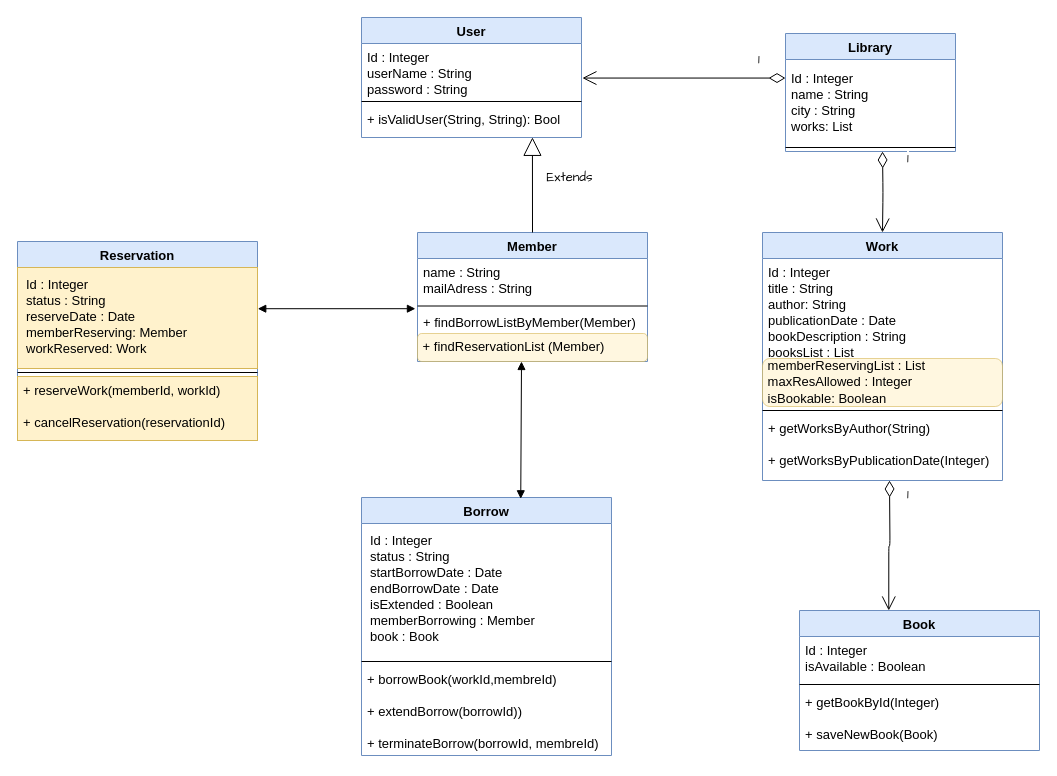
This is page "ClassDiagram" (2 of 2) of Untitled Diagram.drawio from Ketut38/p6-Bibliot_V2, a draw.io file, before an edit. Source tidied: cells renumbered, new cells numbered last; positions are measured from the earlier drawing's top-left corner, leaving out a move shared by most shapes. Both pictures are drawn from the tidied source at 100%, with x=0, y=0 at pixel (17, 17).
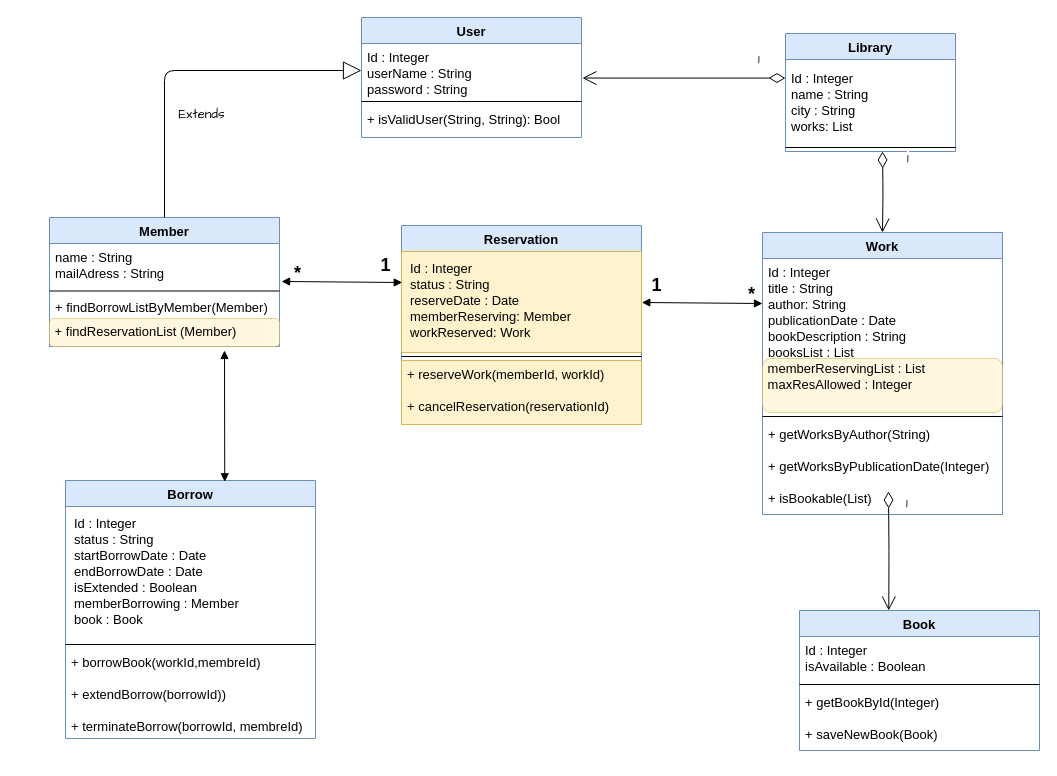
After the change.

The change refers to these unchanged cells:
```xml
<mxCell id="3" value="name : String&#10;mailAdress : String&#10;" style="text;strokeColor=none;fillColor=none;align=left;verticalAlign=top;spacingLeft=4;spacingRight=4;overflow=hidden;points=[[0,0.5],[1,0.5]];portConstraint=eastwest;fontStyle=0;fontSize=13;" parent="2" vertex="1">
  <mxGeometry y="26" width="230" height="45" as="geometry" />
</mxCell>
<mxCell id="5" value="+ findBorrowListByMember(Member)&#10;&#10;&#10;&#10;" style="text;strokeColor=none;fillColor=none;align=left;verticalAlign=top;spacingLeft=4;spacingRight=4;overflow=hidden;points=[[0,0.5],[1,0.5]];portConstraint=eastwest;fontStyle=0;fontSize=13;" parent="2" vertex="1">
  <mxGeometry y="76" width="230" height="25" as="geometry" />
</mxCell>
<mxCell id="8" value="Id : Integer&#10;userName : String&#10;password : String" style="text;strokeColor=none;fillColor=none;align=left;verticalAlign=top;spacingLeft=4;spacingRight=4;overflow=hidden;points=[[0,0.5],[1,0.5]];portConstraint=eastwest;fontStyle=0;fontSize=13;" parent="7" vertex="1">
  <mxGeometry y="26" width="220" height="54" as="geometry" />
</mxCell>
<mxCell id="10" value="+ isValidUser(String, String): Bool" style="text;strokeColor=none;fillColor=none;align=left;verticalAlign=top;spacingLeft=4;spacingRight=4;overflow=hidden;points=[[0,0.5],[1,0.5]];portConstraint=eastwest;fontStyle=0;fontSize=13;" parent="7" vertex="1">
  <mxGeometry y="88" width="220" height="32" as="geometry" />
</mxCell>
<mxCell id="19" value="Book" style="swimlane;fontStyle=1;align=center;verticalAlign=top;horizontal=1;startSize=26;fontSize=13;fillColor=#dae8fc;strokeColor=#6c8ebf;" parent="1" vertex="1">
  <mxGeometry x="782" y="593" width="240" height="140" as="geometry" />
</mxCell>
<mxCell id="28" value="Id : Integer&#10;status : String&#10;reserveDate : Date&#10;memberReserving: Member&#10;workReserved: Work&#10;&#10;" style="text;strokeColor=#d6b656;fillColor=#fff2cc;align=left;verticalAlign=top;spacingLeft=4;spacingRight=4;overflow=hidden;points=[[0,0.5],[1,0.5]];portConstraint=eastwest;fontStyle=0;fontSize=13;spacingTop=0;spacing=5;" parent="27" vertex="1">
  <mxGeometry y="26" width="240" height="101" as="geometry" />
</mxCell>
```

What changed in the source:
```diff
@@
     <mxCell id="2" value="Member" style="swimlane;fontStyle=1;align=center;verticalAlign=top;horizontal=1;startSize=26;fontSize=13;fillColor=#dae8fc;strokeColor=#6c8ebf;" parent="1" vertex="1">
-      <mxGeometry x="400" y="215" width="230" height="129" as="geometry" />
+      <mxGeometry x="32" y="200" width="230" height="129" as="geometry" />
     </mxCell>
@@
     <mxCell id="14" value="Work" style="swimlane;fontStyle=1;align=center;verticalAlign=top;horizontal=1;startSize=26;fontSize=13;fillColor=#dae8fc;strokeColor=#6c8ebf;" parent="1" vertex="1">
-      <mxGeometry x="745" y="215" width="240" height="248" as="geometry" />
+      <mxGeometry x="745" y="215" width="240" height="282" as="geometry" />
     </mxCell>
@@
-    <mxCell id="16" value="&lt;span style=&quot;font-family: &amp;#34;helvetica&amp;#34; ; white-space: nowrap&quot;&gt;&amp;nbsp;memberReservingList : List&lt;br&gt;&lt;/span&gt;&lt;span style=&quot;font-family: &amp;#34;helvetica&amp;#34; ; white-space: nowrap&quot;&gt;&amp;nbsp;maxResAllowed : Integer&lt;br&gt;&lt;/span&gt;&lt;span style=&quot;font-family: &amp;#34;helvetica&amp;#34; ; white-space: nowrap&quot;&gt;&amp;nbsp;isBookable: Boolean&lt;br&gt;&lt;/span&gt;" style="rounded=1;whiteSpace=wrap;html=1;labelBackgroundColor=none;fontFamily=Comic Sans MS;fontSize=13;align=left;strokeColor=#d6b656;fillColor=#fff2cc;opacity=60;" parent="14" vertex="1">
-      <mxGeometry y="126" width="240" height="48" as="geometry" />
+    <mxCell id="16" value="&lt;span style=&quot;font-family: &amp;#34;helvetica&amp;#34; ; white-space: nowrap&quot;&gt;&amp;nbsp;memberReservingList : List&lt;br&gt;&lt;/span&gt;&lt;span style=&quot;font-family: &amp;#34;helvetica&amp;#34; ; white-space: nowrap&quot;&gt;&amp;nbsp;maxResAllowed : Integer&lt;br&gt;&lt;/span&gt;&lt;span style=&quot;white-space: nowrap ; font-family: &amp;#34;helvetica&amp;#34;&quot;&gt;&lt;br&gt;&lt;/span&gt;" style="rounded=1;whiteSpace=wrap;html=1;labelBackgroundColor=none;fontFamily=Comic Sans MS;fontSize=13;align=left;strokeColor=#d6b656;fillColor=#fff2cc;opacity=60;" parent="14" vertex="1">
+      <mxGeometry y="126" width="240" height="54" as="geometry" />
     </mxCell>
     <mxCell id="17" style="line;strokeWidth=1;fillColor=none;align=left;verticalAlign=middle;spacingTop=-1;spacingLeft=3;spacingRight=3;labelPosition=right;" parent="14" vertex="1">
-      <mxGeometry y="174" width="240" height="8" as="geometry" />
+      <mxGeometry y="180" width="240" height="8" as="geometry" />
     </mxCell>
-    <mxCell id="18" value="+ getWorksByAuthor(String)&#10;&#10;+ getWorksByPublicationDate(Integer)&#10;&#10;" style="text;strokeColor=none;fillColor=none;align=left;verticalAlign=top;spacingLeft=4;spacingRight=4;overflow=hidden;fontStyle=0;fontSize=13;" parent="14" vertex="1">
-      <mxGeometry y="182" width="240" height="66" as="geometry" />
+    <mxCell id="18" value="+ getWorksByAuthor(String)&#10;&#10;+ getWorksByPublicationDate(Integer)&#10;&#10;+ isBookable(List)&#10;&#10;&#10;" style="text;strokeColor=none;fillColor=none;align=left;verticalAlign=top;spacingLeft=4;spacingRight=4;overflow=hidden;fontStyle=0;fontSize=13;" parent="14" vertex="1">
+      <mxGeometry y="188" width="240" height="94" as="geometry" />
     </mxCell>
@@
     <mxCell id="23" value="Borrow" style="swimlane;fontStyle=1;align=center;verticalAlign=top;horizontal=1;startSize=26;fontSize=13;fillColor=#dae8fc;strokeColor=#6c8ebf;" parent="1" vertex="1">
-      <mxGeometry x="344" y="480" width="250" height="258" as="geometry" />
+      <mxGeometry x="48" y="463" width="250" height="258" as="geometry" />
     </mxCell>
@@
     <mxCell id="27" value="Reservation" style="swimlane;fontStyle=1;align=center;verticalAlign=top;horizontal=1;startSize=26;fontSize=13;fillColor=#dae8fc;strokeColor=#6c8ebf;" parent="1" vertex="1">
-      <mxGeometry y="224" width="240" height="199" as="geometry" />
+      <mxGeometry x="384" y="208" width="240" height="199" as="geometry" />
     </mxCell>
@@
-    <mxCell id="31" value="Extends" style="endArrow=block;endSize=16;endFill=0;html=1;fontFamily=Comic Sans MS;fontSize=13;fontColor=none;exitX=0.5;exitY=0;exitDx=0;exitDy=0;entryX=0.777;entryY=0.995;entryDx=0;entryDy=0;entryPerimeter=0;" parent="1" edge="1" source="2" target="10">
-      <mxGeometry x="0.16" y="-37" relative="1" as="geometry" />
+    <mxCell id="31" value="Extends" style="endArrow=block;endSize=16;endFill=0;html=1;fontFamily=Comic Sans MS;fontSize=13;fontColor=none;exitX=0.5;exitY=0;exitDx=0;exitDy=0;entryX=0;entryY=0.5;entryDx=0;entryDy=0;" parent="1" edge="1" source="2" target="8">
+      <mxGeometry x="-0.4" y="-37" relative="1" as="geometry">
+        <Array as="points">
+          <mxPoint x="147" y="53" />
+        </Array>
+      </mxGeometry>
     </mxCell>
@@
     <mxCell id="34" value="1" style="endArrow=open;html=1;endSize=12;startArrow=diamondThin;startSize=14;startFill=0;edgeStyle=orthogonalEdgeStyle;align=left;verticalAlign=bottom;fontFamily=Comic Sans MS;fontSize=13;fontColor=none;entryX=0.372;entryY=0;entryDx=0;entryDy=0;entryPerimeter=0;" parent="1" edge="1" target="19">
       <mxGeometry x="-0.62" y="16" relative="1" as="geometry">
-        <mxPoint x="872" y="463" as="sourcePoint" />
+        <mxPoint x="871" y="474" as="sourcePoint" />
       </mxGeometry>
     </mxCell>
     <mxCell id="35" style="endArrow=block;startArrow=block;endFill=1;startFill=1;html=1;fontFamily=Comic Sans MS;fontSize=13;fontColor=none;entryX=0.637;entryY=0.005;entryDx=0;entryDy=0;entryPerimeter=0;" parent="1" edge="1" target="23">
       <mxGeometry relative="1" as="geometry">
-        <mxPoint x="504" y="344" as="sourcePoint" />
+        <mxPoint x="207" y="333" as="sourcePoint" />
       </mxGeometry>
     </mxCell>
-    <mxCell id="36" style="endArrow=block;startArrow=block;endFill=1;startFill=1;html=1;fontFamily=Comic Sans MS;fontSize=13;fontColor=none;entryX=1.001;entryY=0.408;entryDx=0;entryDy=0;entryPerimeter=0;exitX=-0.009;exitY=0.008;exitDx=0;exitDy=0;exitPerimeter=0;" parent="1" edge="1" source="5" target="28">
+    <mxCell id="36" style="endArrow=block;startArrow=block;endFill=1;startFill=1;html=1;fontFamily=Comic Sans MS;fontSize=13;fontColor=none;exitX=1.009;exitY=0.844;exitDx=0;exitDy=0;exitPerimeter=0;entryX=0.003;entryY=0.307;entryDx=0;entryDy=0;entryPerimeter=0;" parent="1" edge="1" source="3" target="28">
       <mxGeometry relative="1" as="geometry" />
     </mxCell>
+    <mxCell id="37" value="&lt;font face=&quot;Helvetica&quot; size=&quot;1&quot;&gt;&lt;b style=&quot;font-size: 18px&quot;&gt;*&lt;/b&gt;&lt;/font&gt;" style="text;html=1;align=center;verticalAlign=middle;fontSize=13;fontFamily=Comic Sans MS;fontColor=none;" parent="1" vertex="1">
+      <mxGeometry x="272" y="240" width="16" height="32" as="geometry" />
+    </mxCell>
+    <mxCell id="38" value="&lt;font face=&quot;Helvetica&quot; size=&quot;1&quot;&gt;&lt;b style=&quot;font-size: 18px&quot;&gt;1&lt;/b&gt;&lt;/font&gt;" style="text;html=1;align=center;verticalAlign=middle;fontSize=13;fontFamily=Comic Sans MS;fontColor=none;" parent="1" vertex="1">
+      <mxGeometry x="356" y="232" width="24" height="32" as="geometry" />
+    </mxCell>
+    <mxCell id="39" style="endArrow=block;startArrow=block;endFill=1;startFill=1;html=1;fontFamily=Comic Sans MS;fontSize=13;fontColor=none;exitX=1.009;exitY=0.844;exitDx=0;exitDy=0;exitPerimeter=0;entryX=0.003;entryY=0.307;entryDx=0;entryDy=0;entryPerimeter=0;" parent="1" edge="1">
+      <mxGeometry relative="1" as="geometry">
+        <mxPoint x="624.3" y="285" as="sourcePoint" />
+        <mxPoint x="745" y="286" as="targetPoint" />
+      </mxGeometry>
+    </mxCell>
+    <mxCell id="40" value="&lt;font face=&quot;Helvetica&quot; size=&quot;1&quot;&gt;&lt;b style=&quot;font-size: 18px&quot;&gt;*&lt;/b&gt;&lt;/font&gt;" style="text;html=1;align=center;verticalAlign=middle;fontSize=13;fontFamily=Comic Sans MS;fontColor=none;" parent="1" vertex="1">
+      <mxGeometry x="726" y="261" width="16" height="32" as="geometry" />
+    </mxCell>
+    <mxCell id="41" value="&lt;font face=&quot;Helvetica&quot; size=&quot;1&quot;&gt;&lt;b style=&quot;font-size: 18px&quot;&gt;1&lt;/b&gt;&lt;/font&gt;" style="text;html=1;align=center;verticalAlign=middle;fontSize=13;fontFamily=Comic Sans MS;fontColor=none;" parent="1" vertex="1">
+      <mxGeometry x="627" y="252" width="24" height="32" as="geometry" />
+    </mxCell>
```
